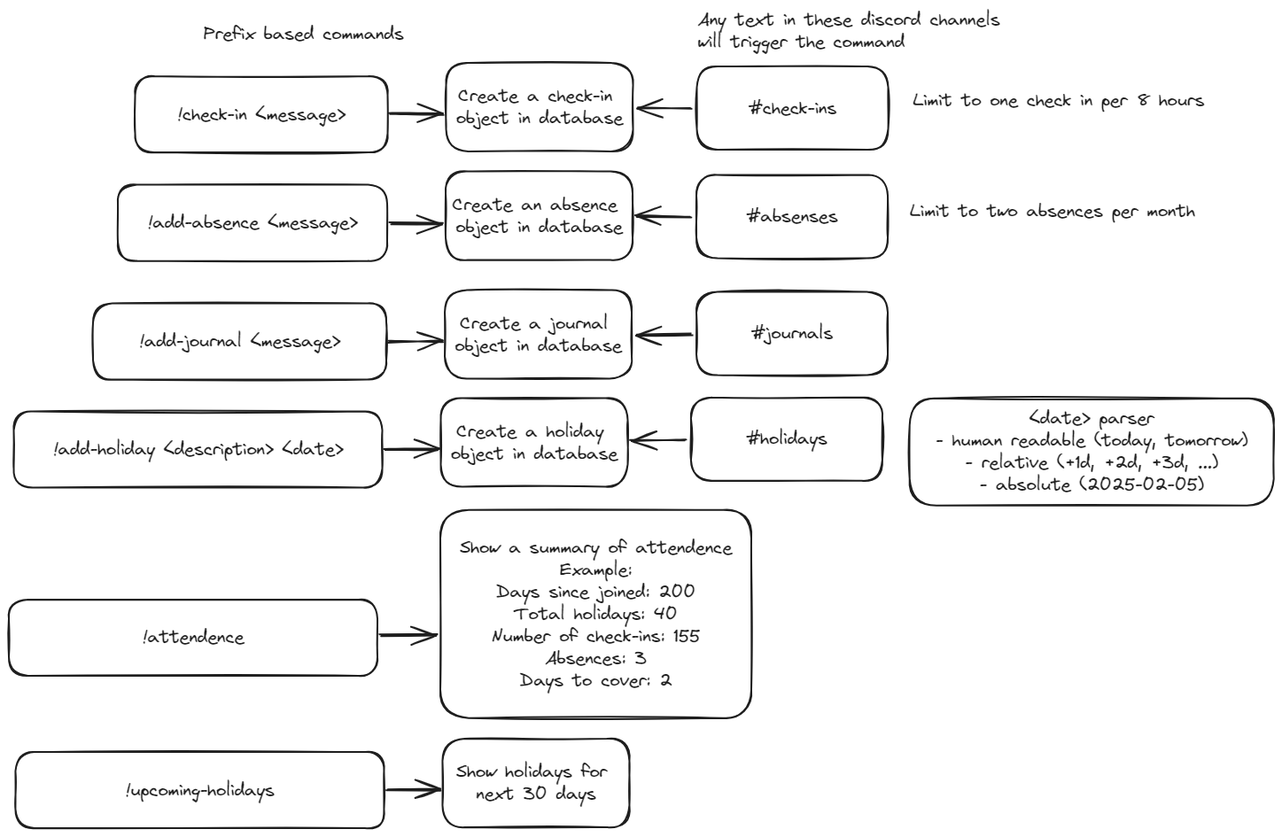
Above: architecture.excalidraw.png in sandbox-pokhara/journal (Excalidraw), before the change. Source tidied: one line per element, renumbered; positions are measured from the earlier drawing's top-left corner, leaving out a move shared by most shapes.
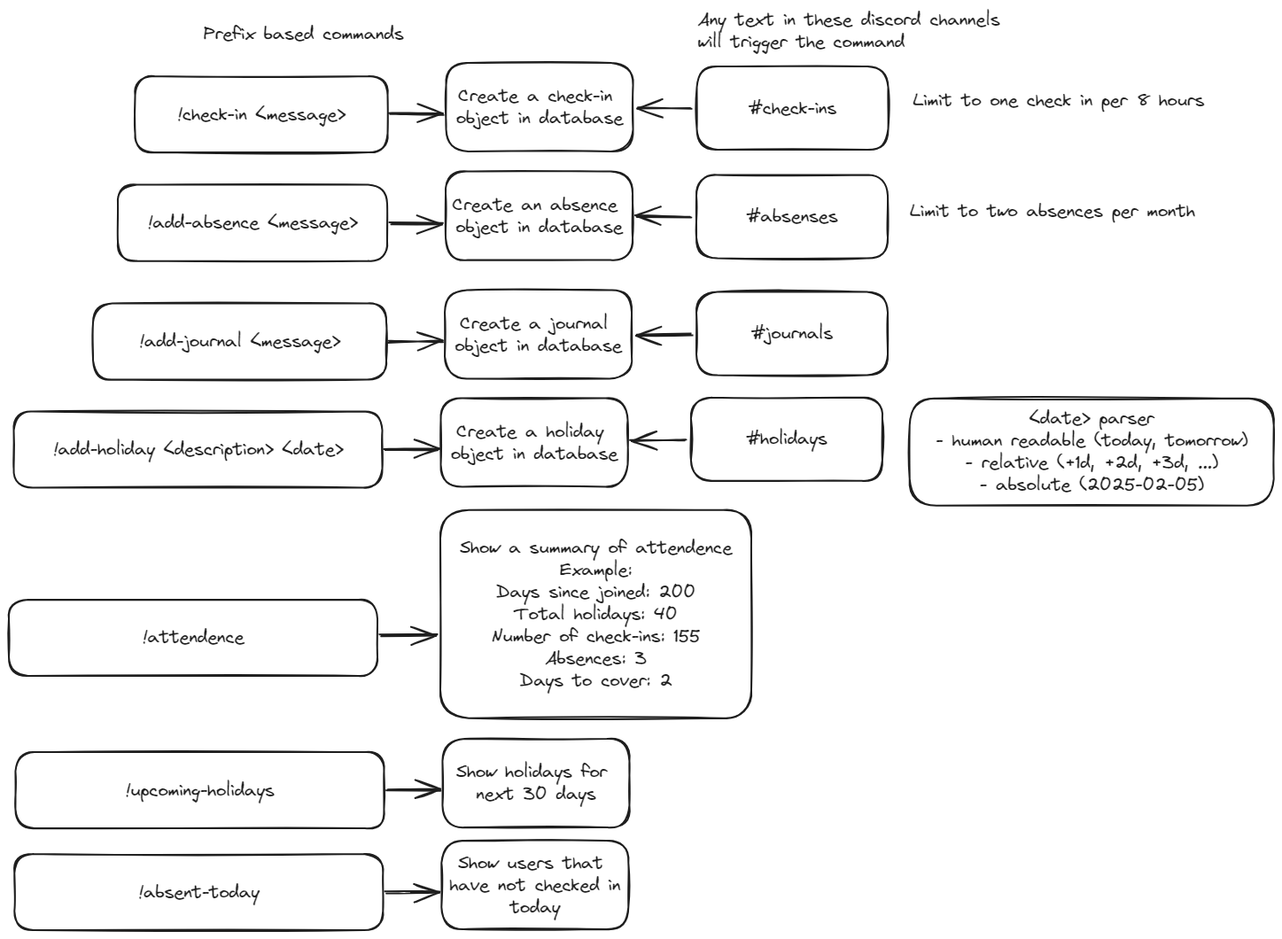
After the commit.

What changed in the source:
```diff
@@ -46,3 +46,8 @@
 {"id": 45, "type": "rectangle", "strokeColor": "#1e1e1e", "strokeWidth": 2, "roughness": 1, "round": true, "x": 7, "y": 839, "width": 416, "height": 86}
 {"id": 46, "type": "text", "text": "!upcoming-holidays", "strokeColor": "#1e1e1e", "strokeWidth": 2, "roughness": 1, "fontSize": 20, "fontFamily": 1, "textAlign": "center", "verticalAlign": "middle", "inside": 45, "x": 131, "y": 870, "width": 168, "height": 25}
 {"id": 47, "type": "arrow", "strokeColor": "#1e1e1e", "strokeWidth": 2, "roughness": 1, "endArrowhead": "arrow", "round": true, "from": 45, "to": 43, "x": 426, "y": 882, "width": 60, "height": 0, "points": [[0, 0], [60, 0]]}
+{"id": 48, "type": "rectangle", "strokeColor": "#1e1e1e", "strokeWidth": 2, "roughness": 1, "round": true, "x": 488, "y": 939, "width": 211, "height": 100}
+{"id": 49, "type": "text", "text": "Show users that \nhave not checked in\ntoday", "strokeColor": "#1e1e1e", "strokeWidth": 2, "roughness": 1, "fontSize": 20, "fontFamily": 1, "textAlign": "center", "verticalAlign": "middle", "inside": 48, "x": 497, "y": 952, "width": 193, "height": 75}
+{"id": 50, "type": "rectangle", "strokeColor": "#1e1e1e", "strokeWidth": 2, "roughness": 1, "round": true, "x": 6, "y": 954, "width": 416, "height": 86}
+{"id": 51, "type": "text", "text": "!absent-today", "strokeColor": "#1e1e1e", "strokeWidth": 2, "roughness": 1, "fontSize": 20, "fontFamily": 1, "textAlign": "center", "verticalAlign": "middle", "inside": 50, "x": 146, "y": 985, "width": 137, "height": 25}
+{"id": 52, "type": "arrow", "strokeColor": "#1e1e1e", "strokeWidth": 2, "roughness": 1, "endArrowhead": "arrow", "round": true, "from": 50, "to": 48, "x": 425, "y": 997, "width": 60, "height": 0, "points": [[0, 0], [60, 0]]}
```
